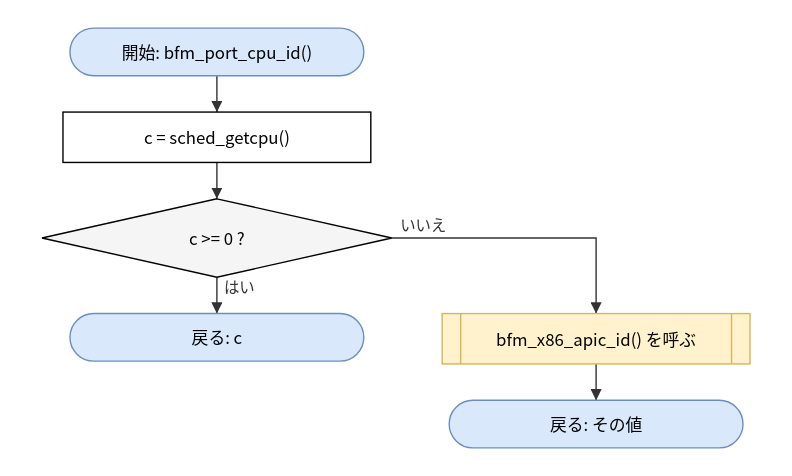
Above: doc/spec/images/flow_port_linux_vfio_port_linux-bfm_port_cpu_id.drawio.svg in hf355051012-ai/bfmem (draw.io), before the change. Source tidied: cells renumbered, new cells last; positions are measured from the earlier drawing's top-left corner, leaving out a move shared by most shapes.
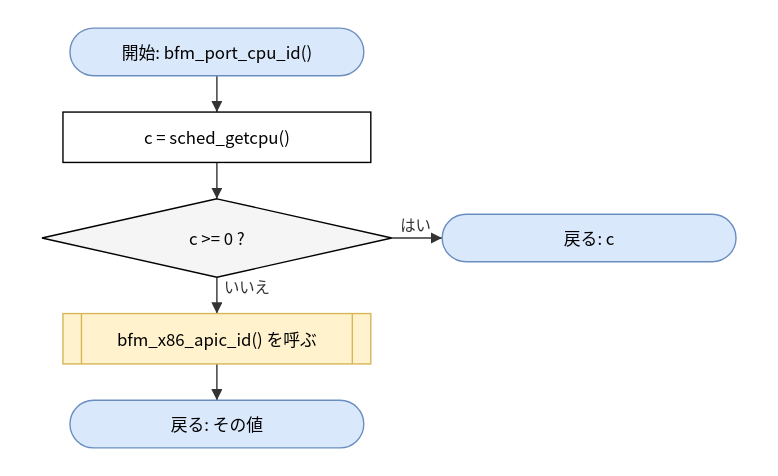
Later version of the same file.

What changed in the source:
```diff
@@ -12,13 +12,13 @@
       <mxGeometry y="122" width="250" height="56" as="geometry" />
     </mxCell>
     <mxCell id="5" value="戻る: c" style="rounded=1;arcSize=50;whiteSpace=wrap;html=1;fillColor=#dae8fc;strokeColor=#6c8ebf;" parent="1" vertex="1">
-      <mxGeometry x="20" y="204" width="210" height="34" as="geometry" />
+      <mxGeometry x="286" y="133" width="210" height="34" as="geometry" />
     </mxCell>
     <mxCell id="6" value="bfm_x86_apic_id() を呼ぶ" style="shape=process;whiteSpace=wrap;html=1;backgroundOutline=1;size=0.06;fillColor=#fff2cc;strokeColor=#d6b656;" parent="1" vertex="1">
-      <mxGeometry x="286" y="204" width="220" height="36" as="geometry" />
+      <mxGeometry x="15" y="204" width="220" height="36" as="geometry" />
     </mxCell>
     <mxCell id="7" value="戻る: その値" style="rounded=1;arcSize=50;whiteSpace=wrap;html=1;fillColor=#dae8fc;strokeColor=#6c8ebf;" parent="1" vertex="1">
-      <mxGeometry x="291" y="266" width="210" height="34" as="geometry" />
+      <mxGeometry x="20" y="266" width="210" height="34" as="geometry" />
     </mxCell>
     <mxCell id="8" style="edgeStyle=none;html=1;rounded=0;endArrow=block;endFill=1;exitX=0.5000;exitY=1.0000;exitDx=0;exitDy=0;exitPerimeter=0;entryX=0.5000;entryY=0.0000;entryDx=0;entryDy=0;entryPerimeter=0;" parent="1" edge="1" source="2" target="3">
       <mxGeometry relative="1" as="geometry" />
@@ -26,15 +26,11 @@
     <mxCell id="9" style="edgeStyle=none;html=1;rounded=0;endArrow=block;endFill=1;exitX=0.5000;exitY=1.0000;exitDx=0;exitDy=0;exitPerimeter=0;entryX=0.5000;entryY=0.0000;entryDx=0;entryDy=0;entryPerimeter=0;" parent="1" edge="1" source="3" target="4">
       <mxGeometry relative="1" as="geometry" />
     </mxCell>
-    <mxCell id="10" value="はい" style="edgeStyle=none;html=1;rounded=0;endArrow=block;endFill=1;exitX=0.5000;exitY=1.0000;exitDx=0;exitDy=0;exitPerimeter=0;entryX=0.5000;entryY=0.0000;entryDx=0;entryDy=0;entryPerimeter=0;" parent="1" edge="1" source="4" target="5">
+    <mxCell id="10" value="はい" style="edgeStyle=none;html=1;rounded=0;endArrow=block;endFill=1;exitX=1.0000;exitY=0.5000;exitDx=0;exitDy=0;exitPerimeter=0;entryX=0.0000;entryY=0.5000;entryDx=0;entryDy=0;entryPerimeter=0;" parent="1" edge="1" source="4" target="5">
       <mxGeometry relative="1" as="geometry" />
     </mxCell>
-    <mxCell id="11" value="いいえ" style="edgeStyle=none;html=1;rounded=0;endArrow=block;endFill=1;exitX=1.0000;exitY=0.5000;exitDx=0;exitDy=0;exitPerimeter=0;entryX=0.5000;entryY=0.0000;entryDx=0;entryDy=0;entryPerimeter=0;" parent="1" edge="1" source="4" target="6">
-      <mxGeometry relative="1" as="geometry">
-        <Array as="points">
-          <mxPoint x="396" y="150" />
-        </Array>
-      </mxGeometry>
+    <mxCell id="11" value="いいえ" style="edgeStyle=none;html=1;rounded=0;endArrow=block;endFill=1;exitX=0.5000;exitY=1.0000;exitDx=0;exitDy=0;exitPerimeter=0;entryX=0.5000;entryY=0.0000;entryDx=0;entryDy=0;entryPerimeter=0;" parent="1" edge="1" source="4" target="6">
+      <mxGeometry relative="1" as="geometry" />
     </mxCell>
     <mxCell id="12" style="edgeStyle=none;html=1;rounded=0;endArrow=block;endFill=1;exitX=0.5000;exitY=1.0000;exitDx=0;exitDy=0;exitPerimeter=0;entryX=0.5000;entryY=0.0000;entryDx=0;entryDy=0;entryPerimeter=0;" parent="1" edge="1" source="6" target="7">
       <mxGeometry relative="1" as="geometry" />
```
